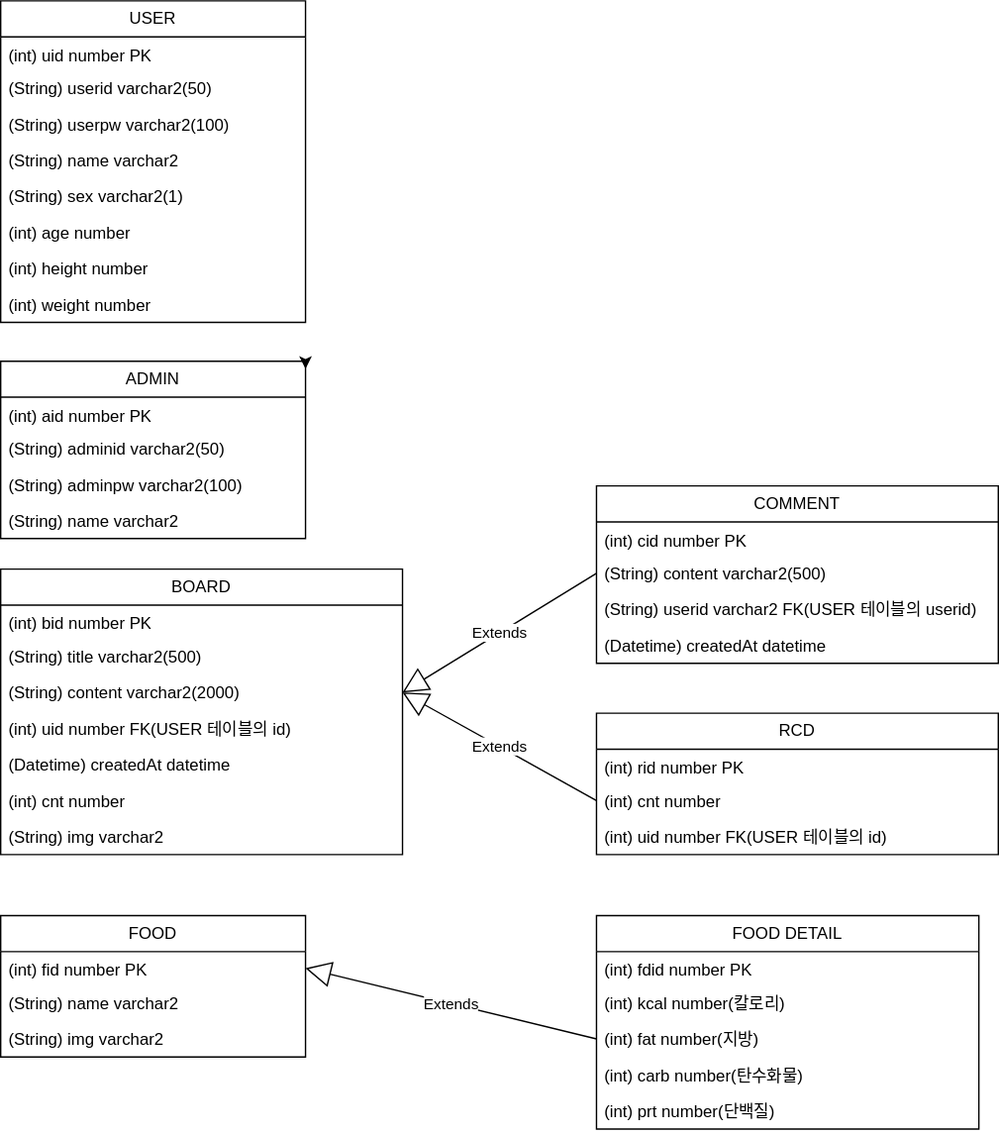
Above: document/제목 없는 다이어그램.drawio.svg in checkIn97/Diet-Project (draw.io), before the change. Source tidied: cells renumbered, new cells last; positions are measured from the earlier drawing's top-left corner, leaving out a move shared by most shapes.
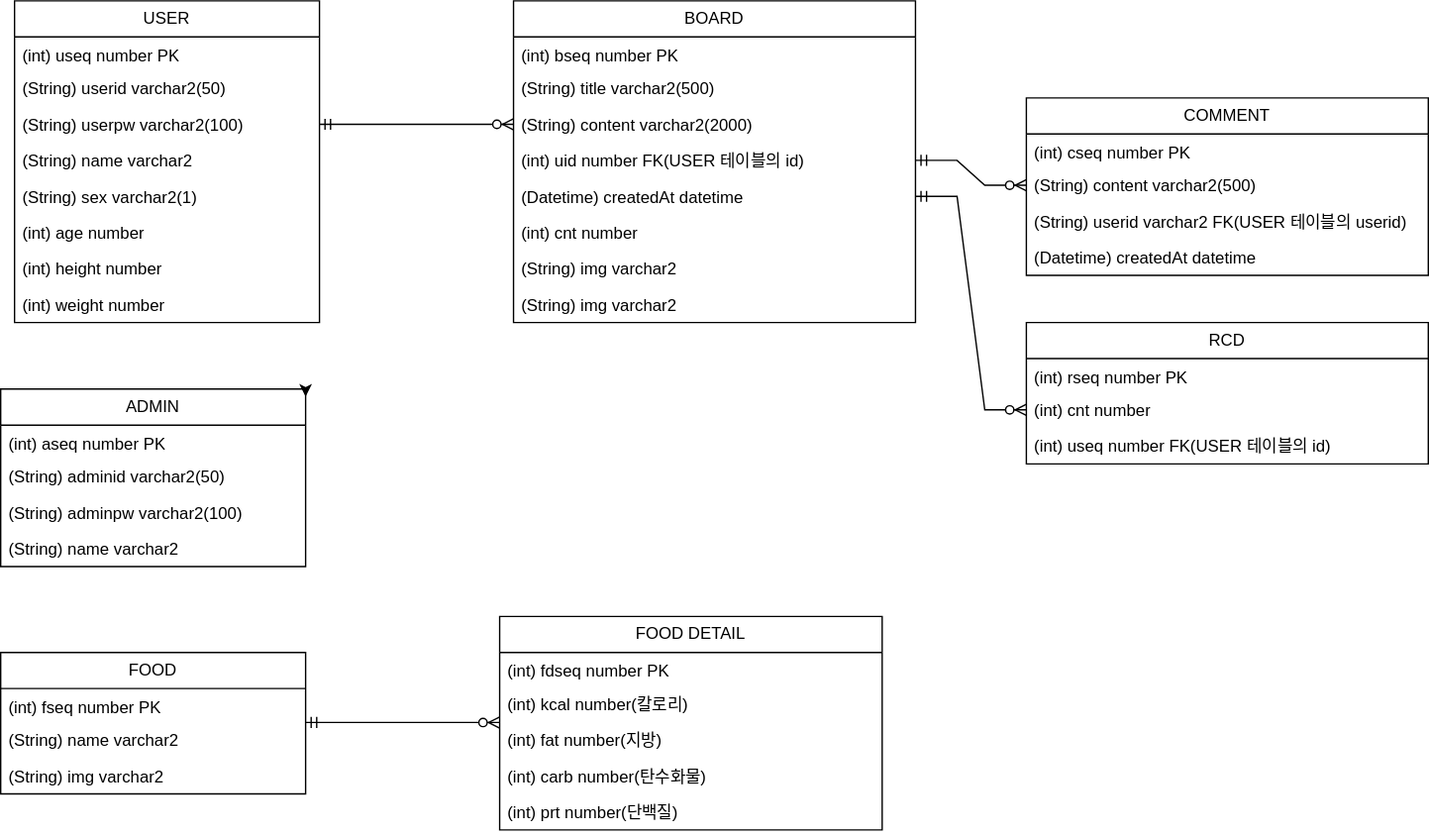
The same file after the commit.

Commit message:
제목 없는 다이어그램.drawio.svg 업데이트

Change to the diagram source:
```diff
@@ -3,9 +3,9 @@
     <mxCell id="0" />
     <mxCell id="1" parent="0" />
     <mxCell id="2" value="USER" style="swimlane;fontStyle=0;horizontal=1;startSize=26;fillColor=none;whiteSpace=wrap;html=1;" parent="1" vertex="1">
-      <mxGeometry width="220" height="232" as="geometry" />
+      <mxGeometry x="-10" y="-120" width="220" height="232" as="geometry" />
     </mxCell>
-    <mxCell id="3" value="(int) uid number PK" style="text;strokeColor=none;fillColor=none;align=left;verticalAlign=top;spacingLeft=4;spacingRight=4;overflow=hidden;whiteSpace=wrap;html=1;" parent="2" vertex="1">
+    <mxCell id="3" value="(int) useq number PK" style="text;strokeColor=none;fillColor=none;align=left;verticalAlign=top;spacingLeft=4;spacingRight=4;overflow=hidden;whiteSpace=wrap;html=1;" parent="2" vertex="1">
       <mxGeometry y="26" width="220" height="24" as="geometry" />
     </mxCell>
     <mxCell id="4" value="(String) userid varchar2(50)&amp;nbsp;" style="text;strokeColor=none;fillColor=none;align=left;verticalAlign=top;spacingLeft=4;spacingRight=4;overflow=hidden;whiteSpace=wrap;html=1;" parent="2" vertex="1">
@@ -30,9 +30,9 @@
       <mxGeometry y="206" width="220" height="26" as="geometry" />
     </mxCell>
     <mxCell id="11" value="ADMIN" style="swimlane;fontStyle=0;horizontal=1;startSize=26;fillColor=none;whiteSpace=wrap;html=1;" parent="1" vertex="1">
-      <mxGeometry y="260" width="220" height="128" as="geometry" />
+      <mxGeometry x="-20" y="160" width="220" height="128" as="geometry" />
     </mxCell>
-    <mxCell id="12" value="(int) aid number PK" style="text;strokeColor=none;fillColor=none;align=left;verticalAlign=top;spacingLeft=4;spacingRight=4;overflow=hidden;whiteSpace=wrap;html=1;" parent="11" vertex="1">
+    <mxCell id="12" value="(int) aseq number PK" style="text;strokeColor=none;fillColor=none;align=left;verticalAlign=top;spacingLeft=4;spacingRight=4;overflow=hidden;whiteSpace=wrap;html=1;" parent="11" vertex="1">
       <mxGeometry y="26" width="220" height="24" as="geometry" />
     </mxCell>
     <mxCell id="13" value="(String) adminid varchar2(50)&amp;nbsp;" style="text;strokeColor=none;fillColor=none;align=left;verticalAlign=top;spacingLeft=4;spacingRight=4;overflow=hidden;whiteSpace=wrap;html=1;" parent="11" vertex="1">
@@ -48,9 +48,9 @@
       <mxGeometry relative="1" as="geometry" />
     </mxCell>
     <mxCell id="17" value="BOARD" style="swimlane;fontStyle=0;horizontal=1;startSize=26;fillColor=none;whiteSpace=wrap;html=1;" parent="1" vertex="1">
-      <mxGeometry y="410" width="290" height="206" as="geometry" />
+      <mxGeometry x="350" y="-120" width="290" height="232" as="geometry" />
     </mxCell>
-    <mxCell id="18" value="(int) bid number PK" style="text;strokeColor=none;fillColor=none;align=left;verticalAlign=top;spacingLeft=4;spacingRight=4;overflow=hidden;whiteSpace=wrap;html=1;" parent="17" vertex="1">
+    <mxCell id="18" value="(int) bseq number PK" style="text;strokeColor=none;fillColor=none;align=left;verticalAlign=top;spacingLeft=4;spacingRight=4;overflow=hidden;whiteSpace=wrap;html=1;" parent="17" vertex="1">
       <mxGeometry y="26" width="290" height="24" as="geometry" />
     </mxCell>
     <mxCell id="19" value="(String) title varchar2(500)&amp;nbsp;" style="text;strokeColor=none;fillColor=none;align=left;verticalAlign=top;spacingLeft=4;spacingRight=4;overflow=hidden;whiteSpace=wrap;html=1;" parent="17" vertex="1">
@@ -68,13 +68,16 @@
     <mxCell id="23" value="(int) cnt number" style="text;strokeColor=none;fillColor=none;align=left;verticalAlign=top;spacingLeft=4;spacingRight=4;overflow=hidden;whiteSpace=wrap;html=1;" parent="17" vertex="1">
       <mxGeometry y="154" width="290" height="26" as="geometry" />
     </mxCell>
+    <mxCell id="47" value="(String) img varchar2" style="text;strokeColor=none;fillColor=none;align=left;verticalAlign=top;spacingLeft=4;spacingRight=4;overflow=hidden;whiteSpace=wrap;html=1;" parent="17" vertex="1">
+      <mxGeometry y="180" width="290" height="26" as="geometry" />
+    </mxCell>
     <mxCell id="24" value="(String) img varchar2" style="text;strokeColor=none;fillColor=none;align=left;verticalAlign=top;spacingLeft=4;spacingRight=4;overflow=hidden;whiteSpace=wrap;html=1;" parent="17" vertex="1">
-      <mxGeometry y="180" width="290" height="26" as="geometry" />
+      <mxGeometry y="206" width="290" height="26" as="geometry" />
     </mxCell>
     <mxCell id="25" value="FOOD" style="swimlane;fontStyle=0;horizontal=1;startSize=26;fillColor=none;whiteSpace=wrap;html=1;" parent="1" vertex="1">
-      <mxGeometry y="660" width="220" height="102" as="geometry" />
+      <mxGeometry x="-20" y="350" width="220" height="102" as="geometry" />
     </mxCell>
-    <mxCell id="26" value="(int) fid number PK" style="text;strokeColor=none;fillColor=none;align=left;verticalAlign=top;spacingLeft=4;spacingRight=4;overflow=hidden;points=[[0,0.5],[1,0.5]];portConstraint=eastwest;whiteSpace=wrap;html=1;" parent="25" vertex="1">
+    <mxCell id="26" value="(int) fseq number PK" style="text;strokeColor=none;fillColor=none;align=left;verticalAlign=top;spacingLeft=4;spacingRight=4;overflow=hidden;points=[[0,0.5],[1,0.5]];portConstraint=eastwest;whiteSpace=wrap;html=1;" parent="25" vertex="1">
       <mxGeometry y="26" width="220" height="24" as="geometry" />
     </mxCell>
     <mxCell id="27" value="(String) name varchar2" style="text;strokeColor=none;fillColor=none;align=left;verticalAlign=top;spacingLeft=4;spacingRight=4;overflow=hidden;whiteSpace=wrap;html=1;" parent="25" vertex="1">
@@ -84,9 +87,9 @@
       <mxGeometry y="76" width="220" height="26" as="geometry" />
     </mxCell>
     <mxCell id="29" value="COMMENT" style="swimlane;fontStyle=0;horizontal=1;startSize=26;fillColor=none;whiteSpace=wrap;html=1;" parent="1" vertex="1">
-      <mxGeometry x="430" y="350" width="290" height="128" as="geometry" />
+      <mxGeometry x="720" y="-50" width="290" height="128" as="geometry" />
     </mxCell>
-    <mxCell id="30" value="(int) cid number PK" style="text;strokeColor=none;fillColor=none;align=left;verticalAlign=top;spacingLeft=4;spacingRight=4;overflow=hidden;whiteSpace=wrap;html=1;" parent="29" vertex="1">
+    <mxCell id="30" value="(int) cseq number PK" style="text;strokeColor=none;fillColor=none;align=left;verticalAlign=top;spacingLeft=4;spacingRight=4;overflow=hidden;whiteSpace=wrap;html=1;" parent="29" vertex="1">
       <mxGeometry y="26" width="290" height="24" as="geometry" />
     </mxCell>
     <mxCell id="31" value="(String) content varchar2(500)" style="text;strokeColor=none;fillColor=none;align=left;verticalAlign=top;spacingLeft=4;spacingRight=4;overflow=hidden;points=[[0,0.5],[1,0.5]];portConstraint=eastwest;whiteSpace=wrap;html=1;" parent="29" vertex="1">
@@ -99,21 +102,21 @@
       <mxGeometry y="102" width="290" height="26" as="geometry" />
     </mxCell>
     <mxCell id="34" value="RCD" style="swimlane;fontStyle=0;horizontal=1;startSize=26;fillColor=none;whiteSpace=wrap;html=1;" parent="1" vertex="1">
-      <mxGeometry x="430" y="514" width="290" height="102" as="geometry" />
+      <mxGeometry x="720" y="112" width="290" height="102" as="geometry" />
     </mxCell>
-    <mxCell id="35" value="(int) rid number PK" style="text;strokeColor=none;fillColor=none;align=left;verticalAlign=top;spacingLeft=4;spacingRight=4;overflow=hidden;whiteSpace=wrap;html=1;" parent="34" vertex="1">
+    <mxCell id="35" value="(int) rseq number PK" style="text;strokeColor=none;fillColor=none;align=left;verticalAlign=top;spacingLeft=4;spacingRight=4;overflow=hidden;whiteSpace=wrap;html=1;" parent="34" vertex="1">
       <mxGeometry y="26" width="290" height="24" as="geometry" />
     </mxCell>
     <mxCell id="36" value="(int) cnt number" style="text;strokeColor=none;fillColor=none;align=left;verticalAlign=top;spacingLeft=4;spacingRight=4;overflow=hidden;points=[[0,0.5],[1,0.5]];portConstraint=eastwest;whiteSpace=wrap;html=1;" parent="34" vertex="1">
       <mxGeometry y="50" width="290" height="26" as="geometry" />
     </mxCell>
-    <mxCell id="37" value="(int) uid number FK(USER 테이블의 id)" style="text;strokeColor=none;fillColor=none;align=left;verticalAlign=top;spacingLeft=4;spacingRight=4;overflow=hidden;whiteSpace=wrap;html=1;" parent="34" vertex="1">
+    <mxCell id="37" value="(int) useq number FK(USER 테이블의 id)" style="text;strokeColor=none;fillColor=none;align=left;verticalAlign=top;spacingLeft=4;spacingRight=4;overflow=hidden;whiteSpace=wrap;html=1;" parent="34" vertex="1">
       <mxGeometry y="76" width="290" height="26" as="geometry" />
     </mxCell>
     <mxCell id="38" value="FOOD DETAIL" style="swimlane;fontStyle=0;horizontal=1;startSize=26;fillColor=none;whiteSpace=wrap;html=1;" parent="1" vertex="1">
-      <mxGeometry x="430" y="660" width="276" height="154" as="geometry" />
+      <mxGeometry x="340" y="324" width="276" height="154" as="geometry" />
     </mxCell>
-    <mxCell id="39" value="(int) fdid number PK" style="text;strokeColor=none;fillColor=none;align=left;verticalAlign=top;spacingLeft=4;spacingRight=4;overflow=hidden;whiteSpace=wrap;html=1;" parent="38" vertex="1">
+    <mxCell id="39" value="(int) fdseq number PK" style="text;strokeColor=none;fillColor=none;align=left;verticalAlign=top;spacingLeft=4;spacingRight=4;overflow=hidden;whiteSpace=wrap;html=1;" parent="38" vertex="1">
       <mxGeometry y="26" width="276" height="24" as="geometry" />
     </mxCell>
     <mxCell id="40" value="(int) kcal number(칼로리)" style="text;strokeColor=none;fillColor=none;align=left;verticalAlign=top;spacingLeft=4;spacingRight=4;overflow=hidden;whiteSpace=wrap;html=1;" parent="38" vertex="1">
@@ -128,14 +131,31 @@
     <mxCell id="43" value="(int) prt number(단백질)" style="text;strokeColor=none;fillColor=none;align=left;verticalAlign=top;spacingLeft=4;spacingRight=4;overflow=hidden;whiteSpace=wrap;html=1;" parent="38" vertex="1">
       <mxGeometry y="128" width="276" height="26" as="geometry" />
     </mxCell>
-    <mxCell id="44" value="Extends" style="endArrow=block;endSize=16;endFill=0;html=1;rounded=0;exitX=0;exitY=0.5;exitDx=0;exitDy=0;entryX=1;entryY=0.5;entryDx=0;entryDy=0;" parent="1" edge="1" source="31" target="20">
-      <mxGeometry relative="1" as="geometry" />
-    </mxCell>
-    <mxCell id="45" value="Extends" style="endArrow=block;endSize=16;endFill=0;html=1;rounded=0;exitX=0;exitY=0.5;exitDx=0;exitDy=0;entryX=1;entryY=0.5;entryDx=0;entryDy=0;" parent="1" edge="1" source="36" target="20">
-      <mxGeometry relative="1" as="geometry" />
-    </mxCell>
-    <mxCell id="46" value="Extends" style="endArrow=block;endSize=16;endFill=0;html=1;rounded=0;exitX=0;exitY=0.5;exitDx=0;exitDy=0;entryX=1;entryY=0.5;entryDx=0;entryDy=0;" parent="1" edge="1" source="41" target="26">
-      <mxGeometry relative="1" as="geometry" />
-    </mxCell>
+    <mxCell id="48" style="edgeStyle=entityRelationEdgeStyle;fontSize=12;html=1;endArrow=ERzeroToMany;startArrow=ERmandOne;rounded=0;entryX=0;entryY=0.5;entryDx=0;entryDy=0;exitX=1;exitY=0.5;exitDx=0;exitDy=0;" parent="1" edge="1" source="5" target="20">
+      <mxGeometry relative="1" as="geometry" />
+    </mxCell>
+    <mxCell id="49" style="edgeStyle=entityRelationEdgeStyle;fontSize=12;html=1;endArrow=ERzeroToMany;startArrow=ERmandOne;rounded=0;exitX=1;exitY=0.5;exitDx=0;exitDy=0;entryX=0;entryY=0.5;entryDx=0;entryDy=0;" parent="1" edge="1" source="21" target="31">
+      <mxGeometry relative="1" as="geometry">
+        <Array as="points">
+          <mxPoint x="310" y="70" />
+          <mxPoint x="320" y="70" />
+        </Array>
+      </mxGeometry>
+    </mxCell>
+    <mxCell id="50" style="edgeStyle=entityRelationEdgeStyle;fontSize=12;html=1;endArrow=ERzeroToMany;startArrow=ERmandOne;rounded=0;exitX=1;exitY=0.5;exitDx=0;exitDy=0;entryX=0;entryY=0.5;entryDx=0;entryDy=0;" parent="1" edge="1" source="22" target="36">
+      <mxGeometry relative="1" as="geometry">
+        <Array as="points">
+          <mxPoint x="320" y="80" />
+          <mxPoint x="330" y="80" />
+          <mxPoint x="700" y="40" />
+        </Array>
+      </mxGeometry>
+    </mxCell>
+    <mxCell id="51" style="edgeStyle=entityRelationEdgeStyle;fontSize=12;html=1;endArrow=ERzeroToMany;startArrow=ERmandOne;rounded=0;entryX=0;entryY=0.5;entryDx=0;entryDy=0;exitX=1;exitY=0.5;exitDx=0;exitDy=0;" parent="1" edge="1">
+      <mxGeometry relative="1" as="geometry">
+        <mxPoint x="200" y="400.5" as="sourcePoint" />
+        <mxPoint x="340" y="400.5" as="targetPoint" />
+      </mxGeometry>
+    </mxCell>
   </root>
 </mxGraphModel>
```
